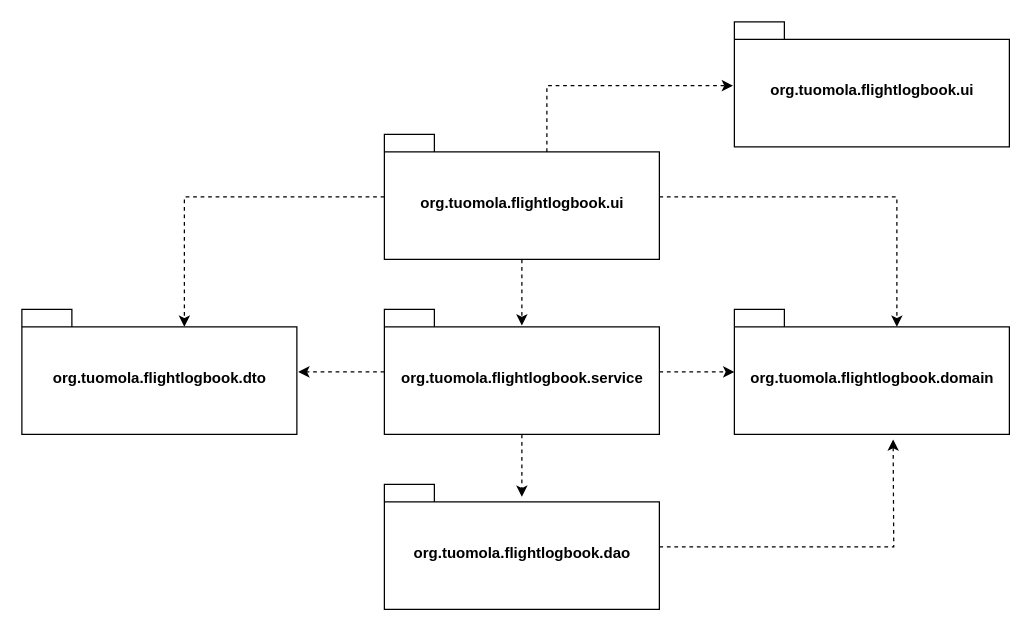
Before: dokumentaatio/misc/packagediagram.drawio in ptuomola/ot-harjoitustyo, a draw.io diagram. Source tidied: cells renumbered, new cells numbered last; positions are measured from the earlier drawing's top-left corner, leaving out a move shared by most shapes. Both pictures are drawn from the tidied source at 125%, with x=0, y=0 at pixel (21, 21).
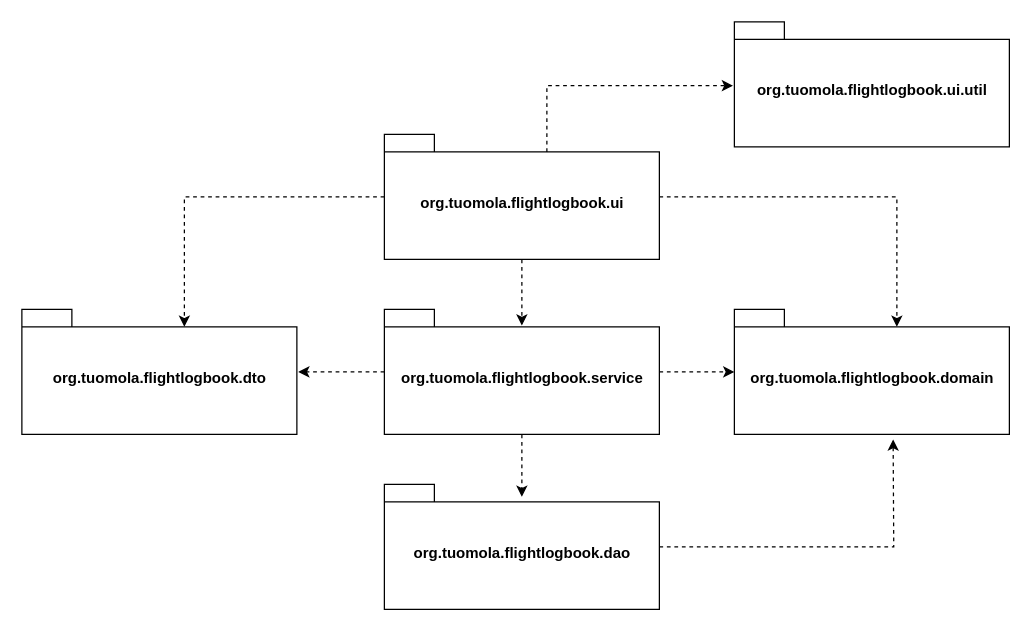
The same page after the edit.

What changed in the source:
```diff
@@
 <mxGraphModel>
   <root>
     <mxCell id="0" />
     <mxCell id="1" parent="0" />
     <mxCell id="2" style="edgeStyle=orthogonalEdgeStyle;rounded=0;jettySize=auto;html=1;dashed=1;entryX=0.5;entryY=0.13;entryDx=0;entryDy=0;entryPerimeter=0;" parent="1" edge="1" source="6" target="10">
       <mxGeometry relative="1" as="geometry" />
     </mxCell>
     <mxCell id="3" style="edgeStyle=orthogonalEdgeStyle;rounded=0;jettySize=auto;html=1;entryX=0;entryY=0;entryDx=130;entryDy=14;entryPerimeter=0;dashed=1;" parent="1" edge="1" source="6" target="13">
       <mxGeometry relative="1" as="geometry" />
     </mxCell>
     <mxCell id="4" style="edgeStyle=orthogonalEdgeStyle;rounded=0;jettySize=auto;html=1;entryX=0;entryY=0;entryDx=130;entryDy=14;entryPerimeter=0;dashed=1;" parent="1" edge="1" source="6" target="14">
       <mxGeometry relative="1" as="geometry" />
     </mxCell>
     <mxCell id="5" style="edgeStyle=orthogonalEdgeStyle;rounded=0;jettySize=auto;html=1;entryX=-0.005;entryY=0.51;entryDx=0;entryDy=0;entryPerimeter=0;dashed=1;exitX=0;exitY=0;exitDx=130;exitDy=14;exitPerimeter=0;" parent="1" edge="1" source="6" target="15">
       <mxGeometry relative="1" as="geometry">
         <Array as="points">
           <mxPoint x="420" y="51" />
         </Array>
       </mxGeometry>
     </mxCell>
     <mxCell id="6" value="org.tuomola.flightlogbook.ui" style="shape=folder;fontStyle=1;spacingTop=10;tabWidth=40;tabHeight=14;tabPosition=left;html=1;" parent="1" vertex="1">
       <mxGeometry x="290" y="90" width="220" height="100" as="geometry" />
     </mxCell>
     <mxCell id="7" style="edgeStyle=orthogonalEdgeStyle;rounded=0;jettySize=auto;html=1;dashed=1;entryX=0.5;entryY=0.1;entryDx=0;entryDy=0;entryPerimeter=0;" parent="1" edge="1" source="10" target="12">
       <mxGeometry relative="1" as="geometry" />
     </mxCell>
     <mxCell id="8" style="edgeStyle=orthogonalEdgeStyle;rounded=0;jettySize=auto;html=1;dashed=1;" parent="1" edge="1" source="10" target="13">
       <mxGeometry relative="1" as="geometry" />
     </mxCell>
     <mxCell id="9" style="edgeStyle=orthogonalEdgeStyle;rounded=0;jettySize=auto;html=1;entryX=1.005;entryY=0.5;entryDx=0;entryDy=0;entryPerimeter=0;dashed=1;" parent="1" edge="1" source="10" target="14">
       <mxGeometry relative="1" as="geometry" />
     </mxCell>
     <mxCell id="10" value="org.tuomola.flightlogbook.service" style="shape=folder;fontStyle=1;spacingTop=10;tabWidth=40;tabHeight=14;tabPosition=left;html=1;" parent="1" vertex="1">
       <mxGeometry x="290" y="230" width="220" height="100" as="geometry" />
     </mxCell>
     <mxCell id="11" style="edgeStyle=orthogonalEdgeStyle;rounded=0;jettySize=auto;html=1;dashed=1;" parent="1" edge="1" source="12">
       <mxGeometry relative="1" as="geometry">
         <mxPoint x="697" y="334" as="targetPoint" />
       </mxGeometry>
     </mxCell>
     <mxCell id="12" value="org.tuomola.flightlogbook.dao" style="shape=folder;fontStyle=1;spacingTop=10;tabWidth=40;tabHeight=14;tabPosition=left;html=1;" parent="1" vertex="1">
       <mxGeometry x="290" y="370" width="220" height="100" as="geometry" />
     </mxCell>
     <mxCell id="13" value="org.tuomola.flightlogbook.domain" style="shape=folder;fontStyle=1;spacingTop=10;tabWidth=40;tabHeight=14;tabPosition=left;html=1;" parent="1" vertex="1">
       <mxGeometry x="570" y="230" width="220" height="100" as="geometry" />
     </mxCell>
     <mxCell id="14" value="org.tuomola.flightlogbook.dto" style="shape=folder;fontStyle=1;spacingTop=10;tabWidth=40;tabHeight=14;tabPosition=left;html=1;" parent="1" vertex="1">
       <mxGeometry y="230" width="220" height="100" as="geometry" />
     </mxCell>
-    <mxCell id="15" value="org.tuomola.flightlogbook.ui" style="shape=folder;fontStyle=1;spacingTop=10;tabWidth=40;tabHeight=14;tabPosition=left;html=1;" parent="1" vertex="1">
+    <mxCell id="15" value="org.tuomola.flightlogbook.ui.util" style="shape=folder;fontStyle=1;spacingTop=10;tabWidth=40;tabHeight=14;tabPosition=left;html=1;" parent="1" vertex="1">
       <mxGeometry x="570" width="220" height="100" as="geometry" />
     </mxCell>
   </root>
 </mxGraphModel>
```
